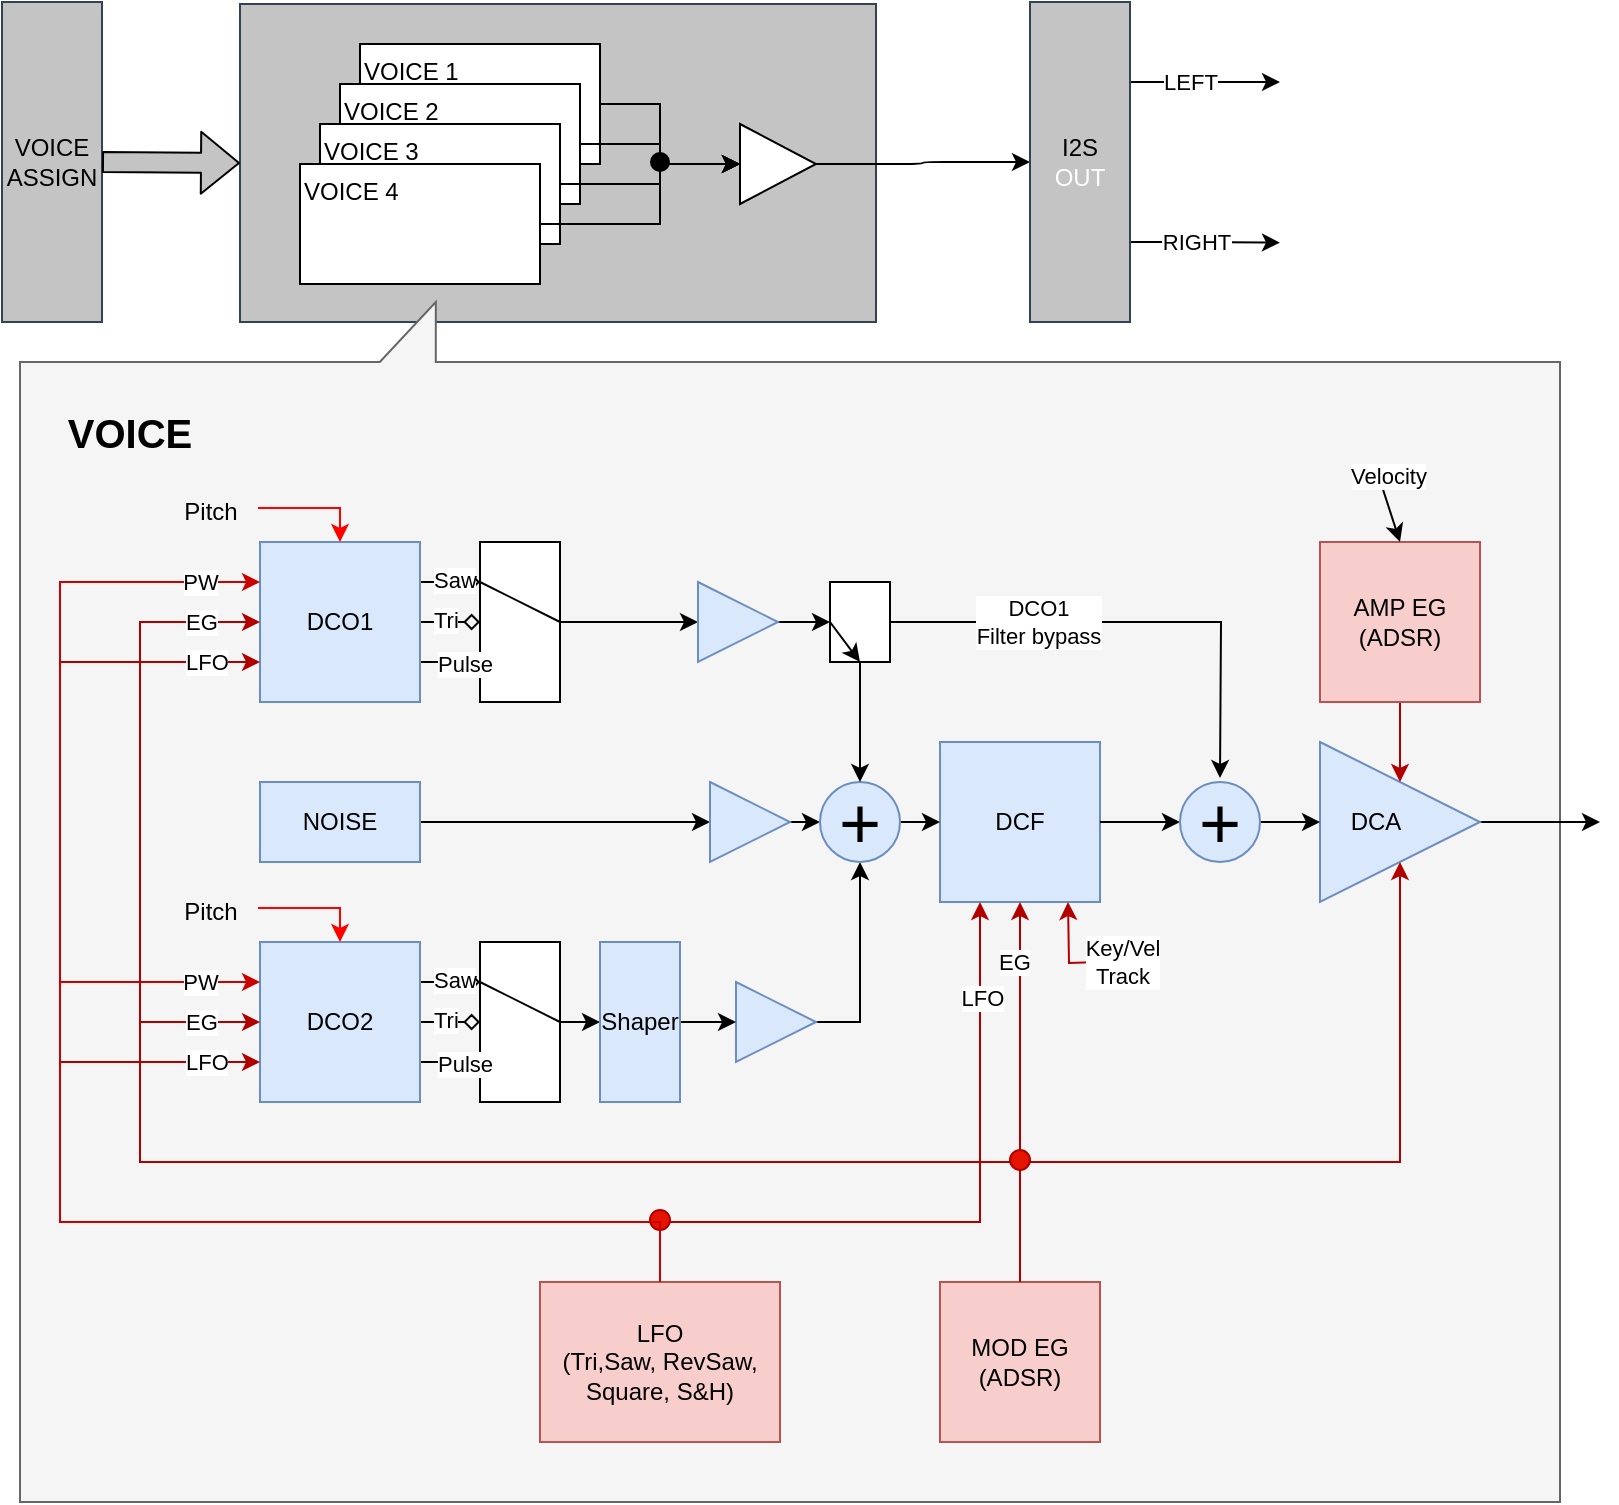
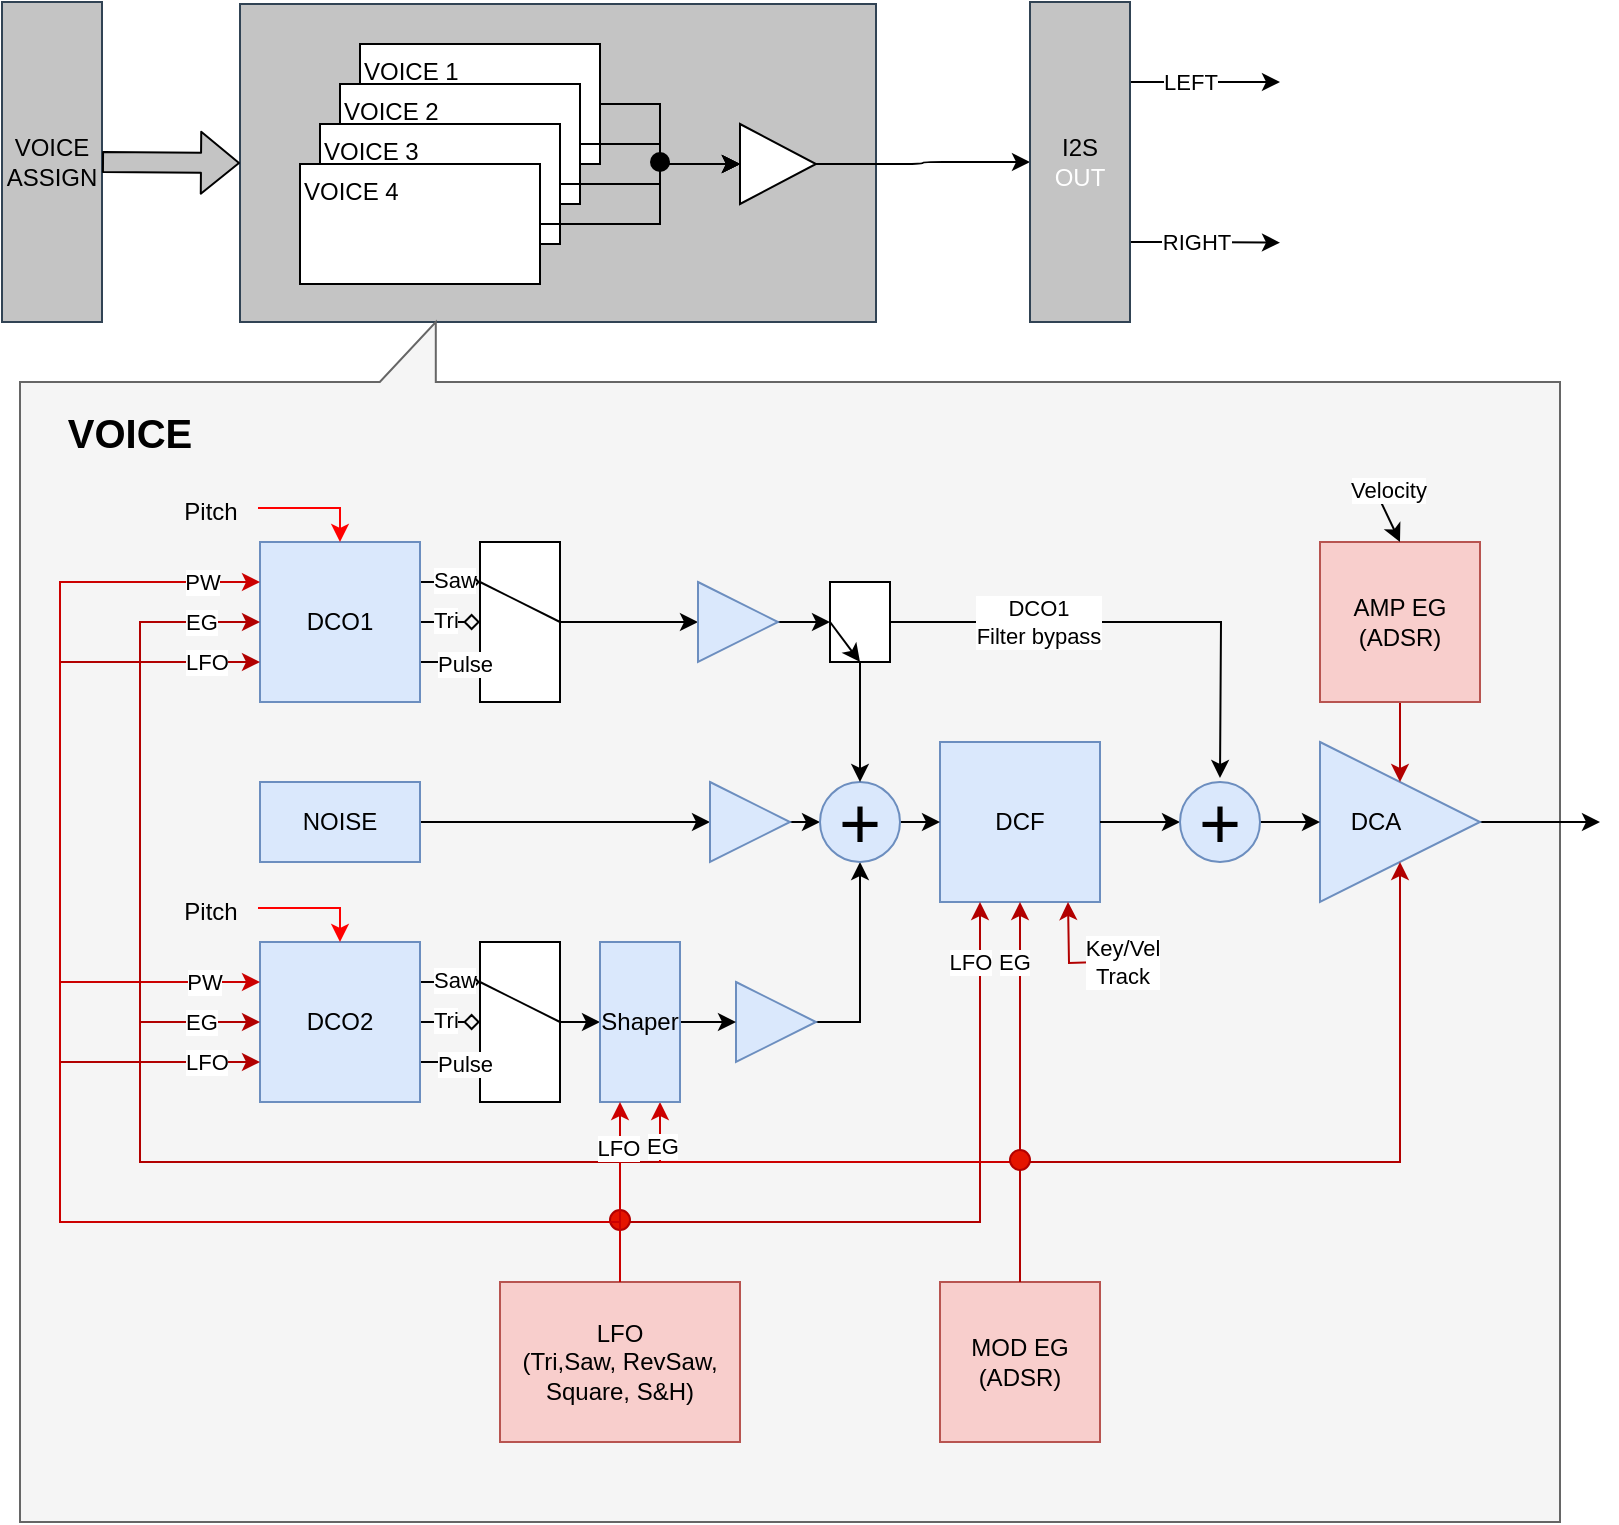
<mxfile host="65bd71144e" scale="1" border="15">
    <diagram id="7iq_FM9Adas1HoMDoNEq" name="Page-1">
        <mxGraphModel dx="1081" dy="802" grid="1" gridSize="10" guides="1" tooltips="1" connect="1" arrows="1" fold="1" page="1" pageScale="1" pageWidth="1169" pageHeight="827" background="#ffffff" math="0" shadow="0">
            <root>
                <mxCell id="0"/>
                <mxCell id="1" parent="0"/>
                <mxCell id="81" value="" style="rounded=0;whiteSpace=wrap;html=1;fillColor=#C4C4C4;fontColor=#ffffff;strokeColor=#314354;" parent="1" vertex="1">
                    <mxGeometry x="240" y="31" width="318" height="159" as="geometry"/>
                </mxCell>
                <mxCell id="96" value="" style="shape=callout;whiteSpace=wrap;html=1;perimeter=calloutPerimeter;rotation=-180;base=28;size=30;position=0.73;position2=0.73;fillColor=#f5f5f5;fontColor=#333333;strokeColor=#666666;" parent="1" vertex="1">
-                     <mxGeometry x="130" y="180" width="770" height="600" as="geometry"/>
+                     <mxGeometry x="130" y="190" width="770" height="600" as="geometry"/>
                </mxCell>
                <mxCell id="41" style="edgeStyle=none;html=1;exitX=1;exitY=0.5;exitDx=0;exitDy=0;" parent="1" source="38" edge="1">
                    <mxGeometry relative="1" as="geometry">
                        <mxPoint x="920" y="440" as="targetPoint"/>
                    </mxGeometry>
                </mxCell>
                <mxCell id="51" style="edgeStyle=none;html=1;exitX=1;exitY=0.5;exitDx=0;exitDy=0;entryX=0;entryY=0.5;entryDx=0;entryDy=0;" parent="1" source="4" target="44" edge="1">
                    <mxGeometry relative="1" as="geometry"/>
                </mxCell>
                <mxCell id="4" value="" style="rounded=0;whiteSpace=wrap;html=1;" parent="1" vertex="1">
                    <mxGeometry x="360" y="300" width="40" height="80" as="geometry"/>
                </mxCell>
                <mxCell id="5" style="edgeStyle=none;html=1;exitX=1;exitY=0.25;exitDx=0;exitDy=0;entryX=0;entryY=0.25;entryDx=0;entryDy=0;endArrow=diamond;endFill=0;" parent="1" source="2" target="4" edge="1">
                    <mxGeometry relative="1" as="geometry"/>
                </mxCell>
                <mxCell id="8" value="Saw" style="edgeLabel;html=1;align=left;verticalAlign=middle;resizable=0;points=[];" parent="5" vertex="1" connectable="0">
                    <mxGeometry x="0.025" y="3" relative="1" as="geometry">
                        <mxPoint x="-11" y="2" as="offset"/>
                    </mxGeometry>
                </mxCell>
                <mxCell id="6" style="edgeStyle=none;html=1;exitX=1;exitY=0.5;exitDx=0;exitDy=0;entryX=0;entryY=0.5;entryDx=0;entryDy=0;endArrow=diamond;endFill=0;" parent="1" source="2" target="4" edge="1">
                    <mxGeometry relative="1" as="geometry"/>
                </mxCell>
                <mxCell id="9" value="Tri" style="edgeLabel;html=1;align=left;verticalAlign=middle;resizable=0;points=[];" parent="6" vertex="1" connectable="0">
                    <mxGeometry x="0.025" relative="1" as="geometry">
                        <mxPoint x="-11" y="-1" as="offset"/>
                    </mxGeometry>
                </mxCell>
                <mxCell id="7" style="edgeStyle=none;html=1;exitX=1;exitY=0.75;exitDx=0;exitDy=0;entryX=0;entryY=0.75;entryDx=0;entryDy=0;endArrow=diamond;endFill=0;" parent="1" source="2" target="4" edge="1">
                    <mxGeometry relative="1" as="geometry"/>
                </mxCell>
                <mxCell id="10" value="Pulse" style="edgeLabel;html=1;align=left;verticalAlign=middle;resizable=0;points=[];" parent="7" vertex="1" connectable="0">
                    <mxGeometry x="-0.05" y="-2" relative="1" as="geometry">
                        <mxPoint x="-8" y="-1" as="offset"/>
                    </mxGeometry>
                </mxCell>
                <mxCell id="2" value="DCO1" style="whiteSpace=wrap;html=1;aspect=fixed;fillColor=#dae8fc;strokeColor=#6c8ebf;" parent="1" vertex="1">
                    <mxGeometry x="250" y="300" width="80" height="80" as="geometry"/>
                </mxCell>
                <mxCell id="37" style="edgeStyle=none;html=1;exitX=1;exitY=0.5;exitDx=0;exitDy=0;" parent="1" source="38" edge="1">
                    <mxGeometry relative="1" as="geometry">
                        <mxPoint x="790" y="440" as="targetPoint"/>
                    </mxGeometry>
                </mxCell>
                <mxCell id="19" value="DCF" style="rounded=0;whiteSpace=wrap;html=1;fillColor=#dae8fc;strokeColor=#6c8ebf;" parent="1" vertex="1">
                    <mxGeometry x="590" y="400" width="80" height="80" as="geometry"/>
                </mxCell>
                <mxCell id="23" style="edgeStyle=none;html=1;exitX=1;exitY=0.5;exitDx=0;exitDy=0;entryX=0;entryY=0.25;entryDx=0;entryDy=0;endArrow=none;endFill=0;" parent="1" source="4" target="4" edge="1">
                    <mxGeometry relative="1" as="geometry"/>
                </mxCell>
                <mxCell id="53" style="edgeStyle=none;html=1;exitX=1;exitY=0.5;exitDx=0;exitDy=0;entryX=0;entryY=0.5;entryDx=0;entryDy=0;" parent="1" source="25" target="126" edge="1">
                    <mxGeometry relative="1" as="geometry">
                        <mxPoint x="475" y="540" as="targetPoint"/>
                    </mxGeometry>
                </mxCell>
                <mxCell id="25" value="" style="rounded=0;whiteSpace=wrap;html=1;" parent="1" vertex="1">
                    <mxGeometry x="360" y="500" width="40" height="80" as="geometry"/>
                </mxCell>
                <mxCell id="26" style="edgeStyle=none;html=1;exitX=1;exitY=0.25;exitDx=0;exitDy=0;entryX=0;entryY=0.25;entryDx=0;entryDy=0;endArrow=diamond;endFill=0;" parent="1" source="32" target="25" edge="1">
                    <mxGeometry relative="1" as="geometry"/>
                </mxCell>
                <mxCell id="27" value="Saw" style="edgeLabel;html=1;align=left;verticalAlign=middle;resizable=0;points=[];" parent="26" vertex="1" connectable="0">
                    <mxGeometry x="0.025" y="3" relative="1" as="geometry">
                        <mxPoint x="-11" y="2" as="offset"/>
                    </mxGeometry>
                </mxCell>
                <mxCell id="28" style="edgeStyle=none;html=1;exitX=1;exitY=0.5;exitDx=0;exitDy=0;entryX=0;entryY=0.5;entryDx=0;entryDy=0;endArrow=diamond;endFill=0;" parent="1" source="32" target="25" edge="1">
                    <mxGeometry relative="1" as="geometry"/>
                </mxCell>
                <mxCell id="29" value="Tri" style="edgeLabel;html=1;align=left;verticalAlign=middle;resizable=0;points=[];" parent="28" vertex="1" connectable="0">
                    <mxGeometry x="0.025" relative="1" as="geometry">
                        <mxPoint x="-11" y="-1" as="offset"/>
                    </mxGeometry>
                </mxCell>
                <mxCell id="30" style="edgeStyle=none;html=1;exitX=1;exitY=0.75;exitDx=0;exitDy=0;entryX=0;entryY=0.75;entryDx=0;entryDy=0;endArrow=diamond;endFill=0;" parent="1" source="32" target="25" edge="1">
                    <mxGeometry relative="1" as="geometry"/>
                </mxCell>
                <mxCell id="31" value="Pulse" style="edgeLabel;html=1;align=left;verticalAlign=middle;resizable=0;points=[];" parent="30" vertex="1" connectable="0">
                    <mxGeometry x="-0.05" y="-2" relative="1" as="geometry">
                        <mxPoint x="-8" y="-1" as="offset"/>
                    </mxGeometry>
                </mxCell>
                <mxCell id="32" value="DCO2" style="whiteSpace=wrap;html=1;aspect=fixed;fillColor=#dae8fc;strokeColor=#6c8ebf;" parent="1" vertex="1">
                    <mxGeometry x="250" y="500" width="80" height="80" as="geometry"/>
                </mxCell>
                <mxCell id="33" style="edgeStyle=none;html=1;exitX=1;exitY=0.5;exitDx=0;exitDy=0;entryX=0;entryY=0.25;entryDx=0;entryDy=0;endArrow=none;endFill=0;" parent="1" source="25" target="25" edge="1">
                    <mxGeometry relative="1" as="geometry"/>
                </mxCell>
                <mxCell id="52" style="edgeStyle=none;html=1;exitX=1;exitY=0.5;exitDx=0;exitDy=0;entryX=0;entryY=0.5;entryDx=0;entryDy=0;" parent="1" source="34" target="43" edge="1">
                    <mxGeometry relative="1" as="geometry"/>
                </mxCell>
                <mxCell id="34" value="NOISE" style="rounded=0;whiteSpace=wrap;html=1;fillColor=#dae8fc;strokeColor=#6c8ebf;" parent="1" vertex="1">
                    <mxGeometry x="250" y="420" width="80" height="40" as="geometry"/>
                </mxCell>
                <mxCell id="48" style="edgeStyle=orthogonalEdgeStyle;html=1;exitX=1;exitY=0.5;exitDx=0;exitDy=0;entryX=0.5;entryY=1;entryDx=0;entryDy=0;rounded=0;curved=0;" parent="1" source="42" target="45" edge="1">
                    <mxGeometry relative="1" as="geometry"/>
                </mxCell>
                <mxCell id="42" value="" style="triangle;whiteSpace=wrap;html=1;fillColor=#dae8fc;strokeColor=#6c8ebf;" parent="1" vertex="1">
                    <mxGeometry x="488" y="520" width="40" height="40" as="geometry"/>
                </mxCell>
                <mxCell id="47" style="edgeStyle=none;html=1;exitX=1;exitY=0.5;exitDx=0;exitDy=0;entryX=0;entryY=0.5;entryDx=0;entryDy=0;" parent="1" source="43" target="45" edge="1">
                    <mxGeometry relative="1" as="geometry"/>
                </mxCell>
                <mxCell id="43" value="" style="triangle;whiteSpace=wrap;html=1;fillColor=#dae8fc;strokeColor=#6c8ebf;" parent="1" vertex="1">
                    <mxGeometry x="475" y="420" width="40" height="40" as="geometry"/>
                </mxCell>
                <mxCell id="46" style="edgeStyle=none;html=1;exitX=1;exitY=0.5;exitDx=0;exitDy=0;entryX=0;entryY=0.5;entryDx=0;entryDy=0;" parent="1" source="44" target="111" edge="1">
                    <mxGeometry relative="1" as="geometry"/>
                </mxCell>
                <mxCell id="44" value="" style="triangle;whiteSpace=wrap;html=1;fillColor=#dae8fc;strokeColor=#6c8ebf;" parent="1" vertex="1">
                    <mxGeometry x="469" y="320" width="40" height="40" as="geometry"/>
                </mxCell>
                <mxCell id="49" style="edgeStyle=none;html=1;exitX=1;exitY=0.5;exitDx=0;exitDy=0;entryX=0;entryY=0.5;entryDx=0;entryDy=0;" parent="1" source="45" target="19" edge="1">
                    <mxGeometry relative="1" as="geometry"/>
                </mxCell>
                <mxCell id="45" value="&lt;font style=&quot;font-size: 36px;&quot;&gt;&lt;span&gt;+&lt;/span&gt;&lt;/font&gt;" style="ellipse;whiteSpace=wrap;html=1;aspect=fixed;fontStyle=0;fillColor=#dae8fc;strokeColor=#6c8ebf;" parent="1" vertex="1">
                    <mxGeometry x="530" y="420" width="40" height="40" as="geometry"/>
                </mxCell>
                <mxCell id="50" value="" style="edgeStyle=none;html=1;exitX=1;exitY=0.5;exitDx=0;exitDy=0;entryX=0;entryY=0.5;entryDx=0;entryDy=0;" parent="1" source="19" target="110" edge="1">
                    <mxGeometry relative="1" as="geometry">
                        <mxPoint x="680" y="440" as="sourcePoint"/>
                        <mxPoint x="790" y="440" as="targetPoint"/>
                    </mxGeometry>
                </mxCell>
                <mxCell id="38" value="&amp;nbsp; &amp;nbsp; DCA" style="triangle;whiteSpace=wrap;html=1;align=left;fillColor=#dae8fc;strokeColor=#6c8ebf;" parent="1" vertex="1">
                    <mxGeometry x="780" y="400" width="80" height="80" as="geometry"/>
                </mxCell>
                <mxCell id="64" style="edgeStyle=orthogonalEdgeStyle;html=1;exitX=0.5;exitY=0;exitDx=0;exitDy=0;entryX=0;entryY=0.75;entryDx=0;entryDy=0;rounded=0;curved=0;fillColor=#e51400;strokeColor=#B20000;" parent="1" source="54" target="32" edge="1">
                    <mxGeometry relative="1" as="geometry">
                        <Array as="points">
-                             <mxPoint x="450" y="640"/>
+                             <mxPoint x="430" y="640"/>
                            <mxPoint x="150" y="640"/>
                            <mxPoint x="150" y="560"/>
                        </Array>
                    </mxGeometry>
                </mxCell>
                <mxCell id="65" style="edgeStyle=orthogonalEdgeStyle;html=1;entryX=0;entryY=0.75;entryDx=0;entryDy=0;rounded=0;curved=0;fillColor=#e51400;strokeColor=#B20000;exitX=0.25;exitY=1;exitDx=0;exitDy=0;startArrow=classic;startFill=1;" parent="1" source="19" target="2" edge="1">
                    <mxGeometry relative="1" as="geometry">
                        <mxPoint x="610" y="500" as="sourcePoint"/>
                        <Array as="points">
                            <mxPoint x="610" y="640"/>
                            <mxPoint x="150" y="640"/>
                            <mxPoint x="150" y="360"/>
                        </Array>
                    </mxGeometry>
                </mxCell>
                <mxCell id="70" value="LFO" style="edgeLabel;html=1;align=left;verticalAlign=middle;resizable=0;points=[];" parent="65" vertex="1" connectable="0">
                    <mxGeometry x="0.952" relative="1" as="geometry">
                        <mxPoint x="-15" as="offset"/>
                    </mxGeometry>
                </mxCell>
                <mxCell id="75" value="LFO" style="edgeLabel;html=1;align=left;verticalAlign=middle;resizable=0;points=[];" parent="65" vertex="1" connectable="0">
                    <mxGeometry x="0.952" relative="1" as="geometry">
                        <mxPoint x="-15" y="200" as="offset"/>
                    </mxGeometry>
                </mxCell>
                <mxCell id="77" value="LFO" style="edgeLabel;html=1;align=center;verticalAlign=middle;resizable=0;points=[];" parent="65" vertex="1" connectable="0">
                    <mxGeometry x="-0.884" y="1" relative="1" as="geometry">
-                         <mxPoint y="-10" as="offset"/>
-                     </mxGeometry>
-                 </mxCell>
-                 <mxCell id="121" style="edgeStyle=orthogonalEdgeStyle;html=1;exitX=0.5;exitY=0;exitDx=0;exitDy=0;entryX=0;entryY=0.25;entryDx=0;entryDy=0;rounded=0;curved=0;strokeColor=#CC0000;" edge="1" parent="1" source="54" target="32">
-                     <mxGeometry relative="1" as="geometry">
-                         <Array as="points">
-                             <mxPoint x="450" y="640"/>
+                         <mxPoint x="-6" y="-28" as="offset"/>
+                     </mxGeometry>
+                 </mxCell>
+                 <mxCell id="121" style="edgeStyle=orthogonalEdgeStyle;html=1;exitX=0.5;exitY=0;exitDx=0;exitDy=0;entryX=0;entryY=0.25;entryDx=0;entryDy=0;rounded=0;curved=0;strokeColor=#CC0000;" parent="1" source="54" target="32" edge="1">
+                     <mxGeometry relative="1" as="geometry">
+                         <Array as="points">
+                             <mxPoint x="430" y="640"/>
                            <mxPoint x="150" y="640"/>
                            <mxPoint x="150" y="520"/>
                        </Array>
                    </mxGeometry>
                </mxCell>
-                 <mxCell id="122" value="PW" style="edgeLabel;html=1;align=center;verticalAlign=middle;resizable=0;points=[];" vertex="1" connectable="0" parent="121">
+                 <mxCell id="122" value="PW" style="edgeLabel;html=1;align=center;verticalAlign=middle;resizable=0;points=[];" parent="121" vertex="1" connectable="0">
                    <mxGeometry x="0.8436" y="1" relative="1" as="geometry">
                        <mxPoint x="13" y="1" as="offset"/>
                    </mxGeometry>
                </mxCell>
                <mxCell id="54" value="LFO&lt;div&gt;(Tri,Saw, RevSaw, Square, S&amp;amp;H)&lt;/div&gt;" style="rounded=0;whiteSpace=wrap;html=1;strokeColor=#b85450;fillColor=#f8cecc;" parent="1" vertex="1">
-                     <mxGeometry x="390" y="670" width="120" height="80" as="geometry"/>
+                     <mxGeometry x="370" y="670" width="120" height="80" as="geometry"/>
                </mxCell>
                <mxCell id="58" style="edgeStyle=none;html=1;exitX=0.5;exitY=0;exitDx=0;exitDy=0;entryX=0.5;entryY=1;entryDx=0;entryDy=0;strokeWidth=1;fillColor=#e51400;strokeColor=#B20000;" parent="1" source="62" target="19" edge="1">
                    <mxGeometry relative="1" as="geometry"/>
                </mxCell>
                <mxCell id="76" value="EG" style="edgeLabel;html=1;align=center;verticalAlign=middle;resizable=0;points=[];" parent="58" vertex="1" connectable="0">
                    <mxGeometry x="0.1935" y="3" relative="1" as="geometry">
                        <mxPoint y="-20" as="offset"/>
                    </mxGeometry>
                </mxCell>
                <mxCell id="59" style="edgeStyle=orthogonalEdgeStyle;html=1;exitX=0.5;exitY=0;exitDx=0;exitDy=0;entryX=0;entryY=0.5;entryDx=0;entryDy=0;rounded=0;curved=0;fillColor=#e51400;strokeColor=#B20000;strokeWidth=1;" parent="1" source="55" target="32" edge="1">
                    <mxGeometry relative="1" as="geometry">
                        <Array as="points">
                            <mxPoint x="630" y="610"/>
                            <mxPoint x="190" y="610"/>
                            <mxPoint x="190" y="540"/>
                        </Array>
                    </mxGeometry>
                </mxCell>
                <mxCell id="60" style="edgeStyle=orthogonalEdgeStyle;html=1;exitX=0.5;exitY=0;exitDx=0;exitDy=0;entryX=0;entryY=0.5;entryDx=0;entryDy=0;rounded=0;curved=0;fillColor=#e51400;strokeColor=#B20000;strokeWidth=1;" parent="1" source="55" target="2" edge="1">
                    <mxGeometry relative="1" as="geometry">
                        <Array as="points">
                            <mxPoint x="630" y="610"/>
                            <mxPoint x="190" y="610"/>
                            <mxPoint x="190" y="340"/>
                        </Array>
                    </mxGeometry>
                </mxCell>
                <mxCell id="71" value="EG" style="edgeLabel;html=1;align=left;verticalAlign=middle;resizable=0;points=[];" parent="60" vertex="1" connectable="0">
                    <mxGeometry x="0.9167" relative="1" as="geometry">
                        <mxPoint x="-5" as="offset"/>
                    </mxGeometry>
                </mxCell>
                <mxCell id="74" value="EG" style="edgeLabel;html=1;align=left;verticalAlign=middle;resizable=0;points=[];" parent="60" vertex="1" connectable="0">
                    <mxGeometry x="0.9167" relative="1" as="geometry">
                        <mxPoint x="-5" y="200" as="offset"/>
                    </mxGeometry>
                </mxCell>
                <mxCell id="61" style="edgeStyle=orthogonalEdgeStyle;html=1;exitX=0.5;exitY=0;exitDx=0;exitDy=0;entryX=0.5;entryY=1;entryDx=0;entryDy=0;rounded=0;curved=0;strokeWidth=1;fillColor=#e51400;strokeColor=#B20000;" parent="1" source="55" target="38" edge="1">
                    <mxGeometry relative="1" as="geometry">
                        <Array as="points">
                            <mxPoint x="630" y="610"/>
                            <mxPoint x="820" y="610"/>
                        </Array>
                    </mxGeometry>
                </mxCell>
+                 <mxCell id="131" style="edgeStyle=orthogonalEdgeStyle;html=1;exitX=0.5;exitY=0;exitDx=0;exitDy=0;entryX=0.75;entryY=1;entryDx=0;entryDy=0;rounded=0;curved=0;strokeColor=#CC0000;" edge="1" parent="1" source="55" target="126">
+                     <mxGeometry relative="1" as="geometry">
+                         <Array as="points">
+                             <mxPoint x="630" y="610"/>
+                             <mxPoint x="450" y="610"/>
+                         </Array>
+                     </mxGeometry>
+                 </mxCell>
+                 <mxCell id="132" value="EG" style="edgeLabel;html=1;align=center;verticalAlign=middle;resizable=0;points=[];" vertex="1" connectable="0" parent="131">
+                     <mxGeometry x="0.8593" y="-1" relative="1" as="geometry">
+                         <mxPoint y="3" as="offset"/>
+                     </mxGeometry>
+                 </mxCell>
                <mxCell id="55" value="MOD EG&lt;div&gt;(ADSR)&lt;/div&gt;" style="rounded=0;whiteSpace=wrap;html=1;strokeColor=#b85450;strokeWidth=1;fillColor=#f8cecc;" parent="1" vertex="1">
                    <mxGeometry x="590" y="670" width="80" height="80" as="geometry"/>
                </mxCell>
                <mxCell id="57" style="edgeStyle=none;html=1;exitX=0.5;exitY=0;exitDx=0;exitDy=0;fillColor=#e51400;strokeColor=#B20000;strokeWidth=1;entryX=0.5;entryY=0;entryDx=0;entryDy=0;" parent="1" source="56" target="38" edge="1">
                    <mxGeometry relative="1" as="geometry">
                        <mxPoint x="750" y="420" as="targetPoint"/>
                    </mxGeometry>
                </mxCell>
                <mxCell id="56" value="AMP EG&lt;div&gt;(ADSR)&lt;/div&gt;" style="rounded=0;whiteSpace=wrap;html=1;strokeColor=#b85450;strokeWidth=1;fillColor=#f8cecc;" parent="1" vertex="1">
                    <mxGeometry x="780" y="300" width="80" height="80" as="geometry"/>
                </mxCell>
                <mxCell id="63" value="" style="edgeStyle=none;html=1;exitX=0.5;exitY=0;exitDx=0;exitDy=0;entryX=0.5;entryY=1;entryDx=0;entryDy=0;strokeWidth=1;fillColor=#e51400;strokeColor=#B20000;endArrow=none;endFill=0;" parent="1" source="55" target="62" edge="1">
                    <mxGeometry relative="1" as="geometry">
                        <mxPoint x="630" y="640" as="sourcePoint"/>
                        <mxPoint x="630" y="480" as="targetPoint"/>
                    </mxGeometry>
                </mxCell>
                <mxCell id="62" value="" style="ellipse;whiteSpace=wrap;html=1;aspect=fixed;fillColor=#e51400;fontColor=#ffffff;strokeColor=#B20000;" parent="1" vertex="1">
                    <mxGeometry x="625" y="604" width="10" height="10" as="geometry"/>
                </mxCell>
                <mxCell id="66" value="" style="ellipse;whiteSpace=wrap;html=1;aspect=fixed;fillColor=#e51400;fontColor=#ffffff;strokeColor=#B20000;" parent="1" vertex="1">
-                     <mxGeometry x="445" y="634" width="10" height="10" as="geometry"/>
+                     <mxGeometry x="425" y="634" width="10" height="10" as="geometry"/>
                </mxCell>
                <mxCell id="67" value="" style="endArrow=classic;html=1;fillColor=#e51400;strokeColor=#B20000;edgeStyle=orthogonalEdgeStyle;rounded=0;curved=0;" parent="1" edge="1">
                    <mxGeometry width="50" height="50" relative="1" as="geometry">
                        <mxPoint x="670" y="510" as="sourcePoint"/>
                        <mxPoint x="654" y="480" as="targetPoint"/>
                    </mxGeometry>
                </mxCell>
                <mxCell id="68" value="Key/Vel&lt;div&gt;Track&lt;/div&gt;" style="edgeLabel;html=1;align=center;verticalAlign=middle;resizable=0;points=[];" parent="67" vertex="1" connectable="0">
                    <mxGeometry x="-0.6667" relative="1" as="geometry">
                        <mxPoint x="18" as="offset"/>
                    </mxGeometry>
                </mxCell>
                <mxCell id="80" value="&lt;font color=&quot;#000000&quot;&gt;VOICE&lt;/font&gt;&lt;div&gt;&lt;font color=&quot;#000000&quot;&gt;ASSIGN&lt;/font&gt;&lt;/div&gt;" style="rounded=0;whiteSpace=wrap;html=1;fillColor=#C4C4C4;fontColor=#ffffff;strokeColor=#314354;" parent="1" vertex="1">
                    <mxGeometry x="121" y="30" width="50" height="160" as="geometry"/>
                </mxCell>
                <mxCell id="82" value="" style="shape=flexArrow;endArrow=classic;html=1;exitX=1;exitY=0.5;exitDx=0;exitDy=0;entryX=0;entryY=0.5;entryDx=0;entryDy=0;fillColor=#C4C4C4;strokeColor=light-dark(#000000, #121212);" parent="1" source="80" target="81" edge="1">
                    <mxGeometry width="50" height="50" relative="1" as="geometry">
                        <mxPoint x="300" y="251" as="sourcePoint"/>
                        <mxPoint x="350" y="201" as="targetPoint"/>
                    </mxGeometry>
                </mxCell>
                <mxCell id="88" style="edgeStyle=orthogonalEdgeStyle;html=1;exitX=1;exitY=0.5;exitDx=0;exitDy=0;entryX=0;entryY=0.5;entryDx=0;entryDy=0;rounded=0;curved=0;" parent="1" source="83" target="87" edge="1">
                    <mxGeometry relative="1" as="geometry">
                        <Array as="points">
                            <mxPoint x="450" y="81"/>
                            <mxPoint x="450" y="111"/>
                        </Array>
                    </mxGeometry>
                </mxCell>
                <mxCell id="83" value="VOICE 1" style="rounded=0;whiteSpace=wrap;html=1;verticalAlign=top;align=left;" parent="1" vertex="1">
                    <mxGeometry x="300" y="51" width="120" height="60" as="geometry"/>
                </mxCell>
                <mxCell id="89" style="edgeStyle=orthogonalEdgeStyle;html=1;exitX=1;exitY=0.5;exitDx=0;exitDy=0;entryX=0;entryY=0.5;entryDx=0;entryDy=0;rounded=0;curved=0;" parent="1" source="84" target="87" edge="1">
                    <mxGeometry relative="1" as="geometry"/>
                </mxCell>
                <mxCell id="84" value="VOICE 2" style="rounded=0;whiteSpace=wrap;html=1;verticalAlign=top;align=left;" parent="1" vertex="1">
                    <mxGeometry x="290" y="71" width="120" height="60" as="geometry"/>
                </mxCell>
                <mxCell id="90" style="edgeStyle=orthogonalEdgeStyle;html=1;exitX=1;exitY=0.5;exitDx=0;exitDy=0;entryX=0;entryY=0.5;entryDx=0;entryDy=0;rounded=0;curved=0;" parent="1" source="85" target="87" edge="1">
                    <mxGeometry relative="1" as="geometry">
                        <mxPoint x="460" y="101" as="targetPoint"/>
                        <Array as="points">
                            <mxPoint x="450" y="121"/>
                            <mxPoint x="450" y="111"/>
                        </Array>
                    </mxGeometry>
                </mxCell>
                <mxCell id="85" value="VOICE 3" style="rounded=0;whiteSpace=wrap;html=1;verticalAlign=top;align=left;" parent="1" vertex="1">
                    <mxGeometry x="280" y="91" width="120" height="60" as="geometry"/>
                </mxCell>
                <mxCell id="91" style="edgeStyle=orthogonalEdgeStyle;html=1;exitX=1;exitY=0.5;exitDx=0;exitDy=0;entryX=0;entryY=0.5;entryDx=0;entryDy=0;rounded=0;curved=0;" parent="1" source="86" target="87" edge="1">
                    <mxGeometry relative="1" as="geometry">
                        <mxPoint x="460" y="101" as="targetPoint"/>
                        <Array as="points">
                            <mxPoint x="450" y="141"/>
                            <mxPoint x="450" y="111"/>
                            <mxPoint x="480" y="111"/>
                        </Array>
                    </mxGeometry>
                </mxCell>
                <mxCell id="86" value="VOICE 4" style="rounded=0;whiteSpace=wrap;html=1;verticalAlign=top;align=left;" parent="1" vertex="1">
                    <mxGeometry x="270" y="111" width="120" height="60" as="geometry"/>
                </mxCell>
                <mxCell id="95" style="edgeStyle=orthogonalEdgeStyle;html=1;exitX=1;exitY=0.5;exitDx=0;exitDy=0;entryX=0;entryY=0.5;entryDx=0;entryDy=0;" parent="1" source="87" target="94" edge="1">
                    <mxGeometry relative="1" as="geometry"/>
                </mxCell>
                <mxCell id="87" value="" style="triangle;whiteSpace=wrap;html=1;" parent="1" vertex="1">
                    <mxGeometry x="490" y="91" width="38" height="40" as="geometry"/>
                </mxCell>
                <mxCell id="92" value="" style="ellipse;whiteSpace=wrap;html=1;aspect=fixed;strokeColor=#000000;fillStyle=solid;" parent="1" vertex="1">
                    <mxGeometry x="650" y="140" as="geometry"/>
                </mxCell>
                <mxCell id="93" value="" style="ellipse;whiteSpace=wrap;html=1;aspect=fixed;fillColor=#000000;fontColor=#ffffff;strokeColor=none;" parent="1" vertex="1">
                    <mxGeometry x="445" y="105" width="10" height="10" as="geometry"/>
                </mxCell>
                <mxCell id="98" style="edgeStyle=orthogonalEdgeStyle;html=1;exitX=1;exitY=0.25;exitDx=0;exitDy=0;" parent="1" source="94" edge="1">
                    <mxGeometry relative="1" as="geometry">
                        <mxPoint x="760" y="70" as="targetPoint"/>
                    </mxGeometry>
                </mxCell>
                <mxCell id="100" value="LEFT" style="edgeLabel;html=1;align=center;verticalAlign=middle;resizable=0;points=[];" parent="98" vertex="1" connectable="0">
                    <mxGeometry x="-0.1833" y="-3" relative="1" as="geometry">
                        <mxPoint x="-1" y="-3" as="offset"/>
                    </mxGeometry>
                </mxCell>
                <mxCell id="99" style="edgeStyle=orthogonalEdgeStyle;html=1;exitX=1;exitY=0.75;exitDx=0;exitDy=0;" parent="1" source="94" edge="1">
                    <mxGeometry relative="1" as="geometry">
                        <mxPoint x="760" y="150.33333333333337" as="targetPoint"/>
                    </mxGeometry>
                </mxCell>
                <mxCell id="101" value="RIGHT" style="edgeLabel;html=1;align=center;verticalAlign=middle;resizable=0;points=[];" parent="99" vertex="1" connectable="0">
                    <mxGeometry x="-0.1429" relative="1" as="geometry">
                        <mxPoint as="offset"/>
                    </mxGeometry>
                </mxCell>
                <mxCell id="94" value="&lt;font color=&quot;#000000&quot;&gt;I2S&lt;/font&gt;&lt;div&gt;OUT&lt;/div&gt;" style="rounded=0;whiteSpace=wrap;html=1;fillColor=#C4C4C4;fontColor=#ffffff;strokeColor=#314354;" parent="1" vertex="1">
                    <mxGeometry x="635" y="30" width="50" height="160" as="geometry"/>
                </mxCell>
                <mxCell id="97" value="VOICE" style="text;strokeColor=none;align=center;fillColor=none;html=1;verticalAlign=middle;whiteSpace=wrap;rounded=0;fontStyle=1;fontSize=20;" parent="1" vertex="1">
                    <mxGeometry x="150" y="230" width="70" height="30" as="geometry"/>
                </mxCell>
                <mxCell id="105" value="Pitch" style="text;html=1;align=center;verticalAlign=middle;resizable=0;points=[];autosize=1;strokeColor=none;fillColor=none;" parent="1" vertex="1">
                    <mxGeometry x="200" y="270" width="50" height="30" as="geometry"/>
                </mxCell>
-                 <mxCell id="106" value="" style="endArrow=classic;html=1;strokeColor=#FF0000;entryX=0.5;entryY=0;entryDx=0;entryDy=0;exitX=0.98;exitY=0.433;exitDx=0;exitDy=0;exitPerimeter=0;edgeStyle=orthogonalEdgeStyle;rounded=0;curved=0;" parent="1" edge="1" target="2" source="105">
+                 <mxCell id="106" value="" style="endArrow=classic;html=1;strokeColor=#FF0000;entryX=0.5;entryY=0;entryDx=0;entryDy=0;exitX=0.98;exitY=0.433;exitDx=0;exitDy=0;exitPerimeter=0;edgeStyle=orthogonalEdgeStyle;rounded=0;curved=0;" parent="1" source="105" target="2" edge="1">
                    <mxGeometry width="50" height="50" relative="1" as="geometry">
                        <mxPoint x="220" y="320" as="sourcePoint"/>
                        <mxPoint x="250" y="320" as="targetPoint"/>
                    </mxGeometry>
                </mxCell>
                <mxCell id="108" style="edgeStyle=none;html=1;exitX=0.5;exitY=0;exitDx=0;exitDy=0;entryX=0.117;entryY=0.852;entryDx=0;entryDy=0;entryPerimeter=0;startArrow=classic;startFill=1;endArrow=none;endFill=0;" parent="1" source="56" target="96" edge="1">
                    <mxGeometry relative="1" as="geometry"/>
                </mxCell>
                <mxCell id="109" value="Velocity" style="edgeLabel;html=1;align=center;verticalAlign=middle;resizable=0;points=[];" parent="108" vertex="1" connectable="0">
                    <mxGeometry x="0.3435" y="2" relative="1" as="geometry">
                        <mxPoint x="2" y="-13" as="offset"/>
                    </mxGeometry>
                </mxCell>
                <mxCell id="118" value="" style="edgeStyle=none;html=1;" parent="1" source="110" target="38" edge="1">
                    <mxGeometry relative="1" as="geometry"/>
                </mxCell>
                <mxCell id="110" value="&lt;font style=&quot;font-size: 36px;&quot;&gt;&lt;span&gt;+&lt;/span&gt;&lt;/font&gt;" style="ellipse;whiteSpace=wrap;html=1;aspect=fixed;fontStyle=0;fillColor=#dae8fc;strokeColor=#6c8ebf;" parent="1" vertex="1">
                    <mxGeometry x="710" y="420" width="40" height="40" as="geometry"/>
                </mxCell>
                <mxCell id="113" style="edgeStyle=orthogonalEdgeStyle;html=1;exitX=1;exitY=0.5;exitDx=0;exitDy=0;rounded=0;curved=0;" parent="1" source="111" edge="1">
                    <mxGeometry relative="1" as="geometry">
                        <mxPoint x="730" y="418" as="targetPoint"/>
                    </mxGeometry>
                </mxCell>
                <mxCell id="117" value="DCO1&lt;div&gt;Filter bypass&lt;/div&gt;" style="edgeLabel;html=1;align=center;verticalAlign=middle;resizable=0;points=[];" parent="113" vertex="1" connectable="0">
                    <mxGeometry x="-0.3962" y="-4" relative="1" as="geometry">
                        <mxPoint y="-4" as="offset"/>
                    </mxGeometry>
                </mxCell>
                <mxCell id="115" style="edgeStyle=none;html=1;exitX=0.5;exitY=1;exitDx=0;exitDy=0;entryX=0.5;entryY=0;entryDx=0;entryDy=0;" parent="1" source="111" target="45" edge="1">
                    <mxGeometry relative="1" as="geometry"/>
                </mxCell>
                <mxCell id="111" value="" style="rounded=0;whiteSpace=wrap;html=1;" parent="1" vertex="1">
                    <mxGeometry x="535" y="320" width="30" height="40" as="geometry"/>
                </mxCell>
                <mxCell id="116" style="edgeStyle=none;html=1;exitX=0;exitY=0.5;exitDx=0;exitDy=0;entryX=0.5;entryY=1;entryDx=0;entryDy=0;" parent="1" source="111" target="111" edge="1">
                    <mxGeometry relative="1" as="geometry"/>
                </mxCell>
-                 <mxCell id="119" value="" style="endArrow=classic;html=1;strokeColor=#FF0000;exitX=0.98;exitY=0.433;exitDx=0;exitDy=0;exitPerimeter=0;edgeStyle=orthogonalEdgeStyle;rounded=0;curved=0;" edge="1" source="120" parent="1">
+                 <mxCell id="119" value="" style="endArrow=classic;html=1;strokeColor=#FF0000;exitX=0.98;exitY=0.433;exitDx=0;exitDy=0;exitPerimeter=0;edgeStyle=orthogonalEdgeStyle;rounded=0;curved=0;" parent="1" source="120" edge="1">
                    <mxGeometry width="50" height="50" relative="1" as="geometry">
                        <mxPoint x="220" y="520" as="sourcePoint"/>
                        <mxPoint x="290" y="500" as="targetPoint"/>
                        <Array as="points">
                            <mxPoint x="290" y="483"/>
                        </Array>
                    </mxGeometry>
                </mxCell>
-                 <mxCell id="120" value="Pitch" style="text;html=1;align=center;verticalAlign=middle;resizable=0;points=[];autosize=1;strokeColor=none;fillColor=none;" vertex="1" parent="1">
+                 <mxCell id="120" value="Pitch" style="text;html=1;align=center;verticalAlign=middle;resizable=0;points=[];autosize=1;strokeColor=none;fillColor=none;" parent="1" vertex="1">
                    <mxGeometry x="200" y="470" width="50" height="30" as="geometry"/>
                </mxCell>
-                 <mxCell id="123" style="edgeStyle=orthogonalEdgeStyle;html=1;exitX=0.5;exitY=0;exitDx=0;exitDy=0;rounded=0;curved=0;strokeColor=#CC0000;entryX=0;entryY=0.25;entryDx=0;entryDy=0;" edge="1" parent="1" source="54" target="2">
-                     <mxGeometry relative="1" as="geometry">
-                         <Array as="points">
-                             <mxPoint x="450" y="640"/>
+                 <mxCell id="123" style="edgeStyle=orthogonalEdgeStyle;html=1;exitX=0.5;exitY=0;exitDx=0;exitDy=0;rounded=0;curved=0;strokeColor=#CC0000;entryX=0;entryY=0.25;entryDx=0;entryDy=0;" parent="1" source="54" target="2" edge="1">
+                     <mxGeometry relative="1" as="geometry">
+                         <Array as="points">
+                             <mxPoint x="430" y="640"/>
                            <mxPoint x="150" y="640"/>
                            <mxPoint x="150" y="320"/>
                        </Array>
                    </mxGeometry>
                </mxCell>
-                 <mxCell id="124" value="PW" style="edgeLabel;html=1;align=center;verticalAlign=middle;resizable=0;points=[];" vertex="1" connectable="0" parent="123">
+                 <mxCell id="124" value="PW" style="edgeLabel;html=1;align=center;verticalAlign=middle;resizable=0;points=[];" parent="123" vertex="1" connectable="0">
                    <mxGeometry x="0.8827" y="-1" relative="1" as="geometry">
                        <mxPoint x="14" y="-1" as="offset"/>
                    </mxGeometry>
                </mxCell>
-                 <mxCell id="127" value="" style="edgeStyle=none;html=1;" edge="1" parent="1" source="126" target="42">
-                     <mxGeometry relative="1" as="geometry"/>
-                 </mxCell>
-                 <mxCell id="126" value="Shaper" style="rounded=0;whiteSpace=wrap;html=1;fillColor=#dae8fc;strokeColor=#6c8ebf;" vertex="1" parent="1">
+                 <mxCell id="127" value="" style="edgeStyle=none;html=1;" parent="1" source="126" target="42" edge="1">
+                     <mxGeometry relative="1" as="geometry"/>
+                 </mxCell>
+                 <mxCell id="126" value="Shaper" style="rounded=0;whiteSpace=wrap;html=1;fillColor=#dae8fc;strokeColor=#6c8ebf;" parent="1" vertex="1">
                    <mxGeometry x="420" y="500" width="40" height="80" as="geometry"/>
+                 </mxCell>
+                 <mxCell id="128" style="edgeStyle=orthogonalEdgeStyle;html=1;exitX=0.5;exitY=0;exitDx=0;exitDy=0;rounded=0;curved=0;strokeColor=#CC0000;" edge="1" parent="1" source="54">
+                     <mxGeometry relative="1" as="geometry">
+                         <mxPoint x="430" y="580" as="targetPoint"/>
+                     </mxGeometry>
+                 </mxCell>
+                 <mxCell id="130" value="LFO" style="edgeLabel;html=1;align=center;verticalAlign=middle;resizable=0;points=[];" vertex="1" connectable="0" parent="128">
+                     <mxGeometry x="0.4581" y="-2" relative="1" as="geometry">
+                         <mxPoint x="-4" y="-2" as="offset"/>
+                     </mxGeometry>
                </mxCell>
            </root>
        </mxGraphModel>
    </diagram>
</mxfile>